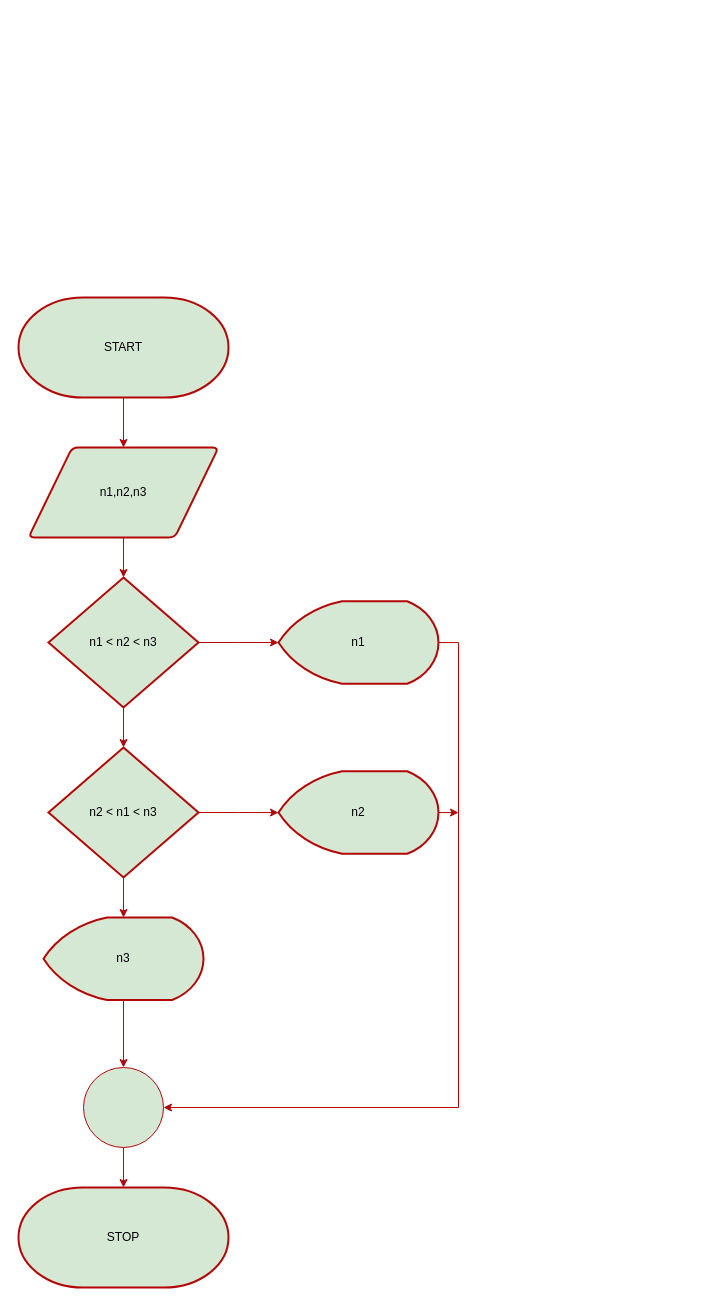
Above: p2.drawio in sctnightcore/draw_io_for_me (draw.io), before the change. Source tidied: cells renumbered, new cells numbered last; positions are measured from the earlier drawing's top-left corner, leaving out a move shared by most shapes. Both pictures are drawn from the tidied source at 100%, with x=0, y=0 at pixel (18, 297).
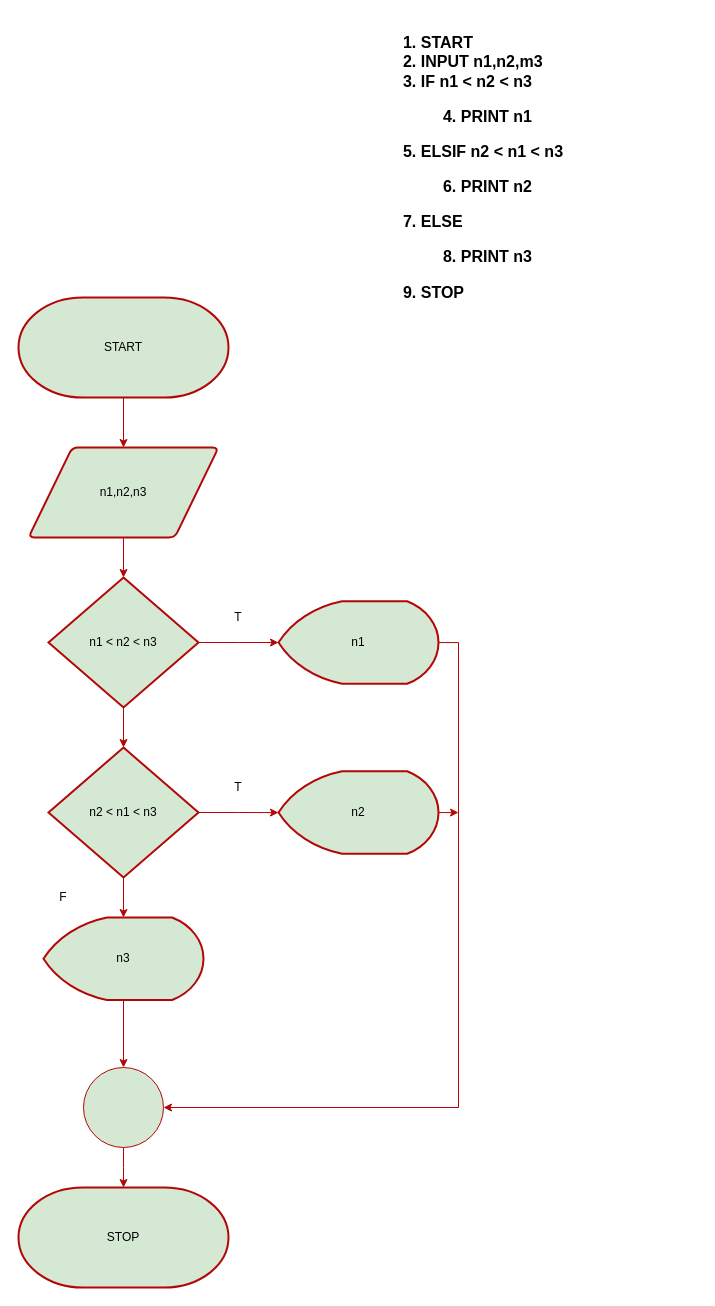
Above is the later version.

Unchanged cells that the change refers to:
```xml
<mxCell id="16" value="n2" style="strokeWidth=2;html=1;shape=mxgraph.flowchart.display;whiteSpace=wrap;fillColor=#d5e8d4;strokeColor=#B30707;" parent="1" vertex="1">
  <mxGeometry x="260" y="473.8" width="160" height="82.5" as="geometry" />
</mxCell>
<mxCell id="20" style="ellipse;whiteSpace=wrap;html=1;fillColor=#d5e8d4;strokeColor=#B30707;" parent="1" vertex="1">
  <mxGeometry x="65" y="770" width="80" height="80" as="geometry" />
</mxCell>
```

Change to the diagram source:
```diff
@@
+    <mxCell id="4" value="STOP" style="strokeWidth=2;html=1;shape=mxgraph.flowchart.terminator;whiteSpace=wrap;fillColor=#d5e8d4;strokeColor=#B30707;" parent="1" vertex="1">
+      <mxGeometry y="890" width="210" height="100" as="geometry" />
+    </mxCell>
+    <mxCell id="21" value="&lt;h3 style=&quot;text-align: left ; font-size: 16px&quot;&gt;&lt;span&gt;1. START&lt;br&gt;&lt;/span&gt;&lt;span&gt;2. INPUT n1,n2,m3&lt;br&gt;&lt;/span&gt;&lt;span&gt;3. IF n1 &amp;lt; n2 &amp;lt; n3&lt;br&gt;&lt;/span&gt;&lt;/h3&gt;&lt;blockquote style=&quot;margin: 0 0 0 40px ; border: none ; padding: 0px&quot;&gt;&lt;h3 style=&quot;text-align: left ; font-size: 16px&quot;&gt;&lt;span&gt;4. PRINT n1&lt;/span&gt;&lt;/h3&gt;&lt;/blockquote&gt;&lt;h3 style=&quot;text-align: left ; font-size: 16px&quot;&gt;&lt;span&gt;5. ELSIF n2 &amp;lt; n1 &amp;lt; n3&lt;br&gt;&lt;/span&gt;&lt;/h3&gt;&lt;blockquote style=&quot;margin: 0 0 0 40px ; border: none ; padding: 0px&quot;&gt;&lt;h3 style=&quot;text-align: left ; font-size: 16px&quot;&gt;&lt;span&gt;6. PRINT n2&lt;/span&gt;&lt;/h3&gt;&lt;/blockquote&gt;&lt;h3 style=&quot;text-align: left ; font-size: 16px&quot;&gt;&lt;span&gt;7. ELSE&lt;br&gt;&lt;/span&gt;&lt;/h3&gt;&lt;blockquote style=&quot;margin: 0 0 0 40px ; border: none ; padding: 0px&quot;&gt;&lt;h3 style=&quot;text-align: left ; font-size: 16px&quot;&gt;&lt;span&gt;8. PRINT n3&lt;/span&gt;&lt;/h3&gt;&lt;/blockquote&gt;&lt;h3 style=&quot;text-align: left ; font-size: 16px&quot;&gt;&lt;span&gt;9. STOP&lt;/span&gt;&lt;/h3&gt;" style="text;html=1;strokeColor=none;fillColor=none;align=center;verticalAlign=middle;whiteSpace=wrap;rounded=0;" parent="1" vertex="1">
+      <mxGeometry x="250" y="-270" width="430" height="280" as="geometry" />
+    </mxCell>
@@
-    <mxCell id="4" value="STOP" style="strokeWidth=2;html=1;shape=mxgraph.flowchart.terminator;whiteSpace=wrap;fillColor=#d5e8d4;strokeColor=#B30707;" parent="1" vertex="1">
-      <mxGeometry y="890" width="210" height="100" as="geometry" />
-    </mxCell>
@@
-    <mxCell id="15" style="edgeStyle=orthogonalEdgeStyle;rounded=0;jettySize=auto;html=1;exitX=1;exitY=0.5;exitDx=0;exitDy=0;exitPerimeter=0;fillColor=#d5e8d4;strokeColor=#B30707;" parent="1" edge="1" source="16">
-      <mxGeometry relative="1" as="geometry">
-        <mxPoint x="440" y="515" as="targetPoint" />
-      </mxGeometry>
-    </mxCell>
+    <mxCell id="22" style="edgeStyle=orthogonalEdgeStyle;rounded=0;jettySize=auto;html=1;exitX=1;exitY=0.5;exitDx=0;exitDy=0;exitPerimeter=0;fillColor=#d5e8d4;strokeColor=#B30707;" parent="1" edge="1" source="16">
+      <mxGeometry relative="1" as="geometry">
+        <mxPoint x="440" y="515" as="targetPoint" />
+      </mxGeometry>
+    </mxCell>
@@
-    <mxCell id="19" style="edgeStyle=orthogonalEdgeStyle;rounded=0;jettySize=auto;html=1;exitX=0.5;exitY=1;exitDx=0;exitDy=0;entryX=0.5;entryY=0;entryDx=0;entryDy=0;entryPerimeter=0;fillColor=#d5e8d4;strokeColor=#B30707;" parent="1" edge="1" source="20" target="4">
-      <mxGeometry relative="1" as="geometry" />
-    </mxCell>
+    <mxCell id="23" style="edgeStyle=orthogonalEdgeStyle;rounded=0;jettySize=auto;html=1;exitX=0.5;exitY=1;exitDx=0;exitDy=0;entryX=0.5;entryY=0;entryDx=0;entryDy=0;entryPerimeter=0;fillColor=#d5e8d4;strokeColor=#B30707;" parent="1" edge="1" source="20">
+      <mxGeometry relative="1" as="geometry">
+        <mxPoint x="105" y="890" as="targetPoint" />
+      </mxGeometry>
+    </mxCell>
@@
+    <mxCell id="24" value="T" style="text;html=1;strokeColor=none;fillColor=none;align=center;verticalAlign=middle;whiteSpace=wrap;rounded=0;" parent="1" vertex="1">
+      <mxGeometry x="200" y="310" width="40" height="20" as="geometry" />
+    </mxCell>
+    <mxCell id="25" value="T" style="text;html=1;strokeColor=none;fillColor=none;align=center;verticalAlign=middle;whiteSpace=wrap;rounded=0;" parent="1" vertex="1">
+      <mxGeometry x="200" y="480" width="40" height="20" as="geometry" />
+    </mxCell>
+    <mxCell id="26" value="F" style="text;html=1;strokeColor=none;fillColor=none;align=center;verticalAlign=middle;whiteSpace=wrap;rounded=0;" parent="1" vertex="1">
+      <mxGeometry x="25" y="590" width="40" height="20" as="geometry" />
+    </mxCell>
```
